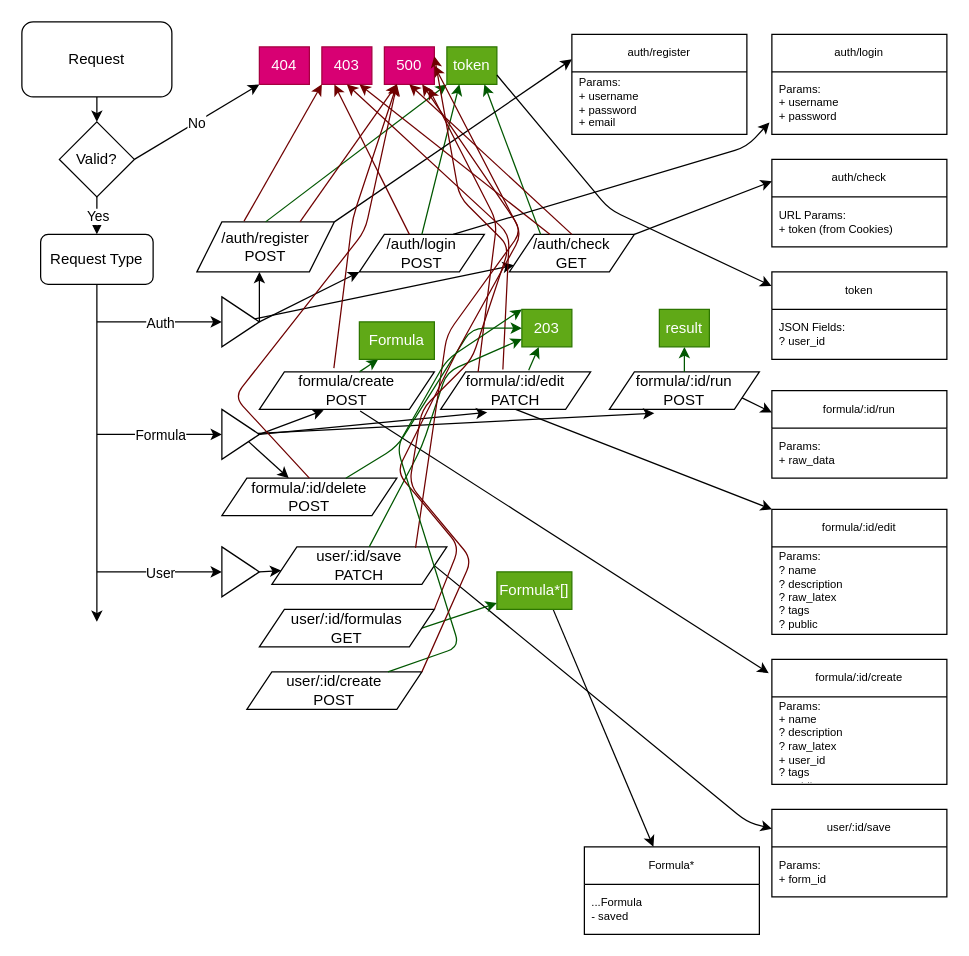
Before: misc/api-model.dio in klaus-mana/formu, a draw.io diagram. Source tidied: cells renumbered, new cells numbered last; positions are measured from the earlier drawing's top-left corner, leaving out a move shared by most shapes. Both pictures are drawn from the tidied source at 125%, with x=0, y=0 at pixel (21, 21).
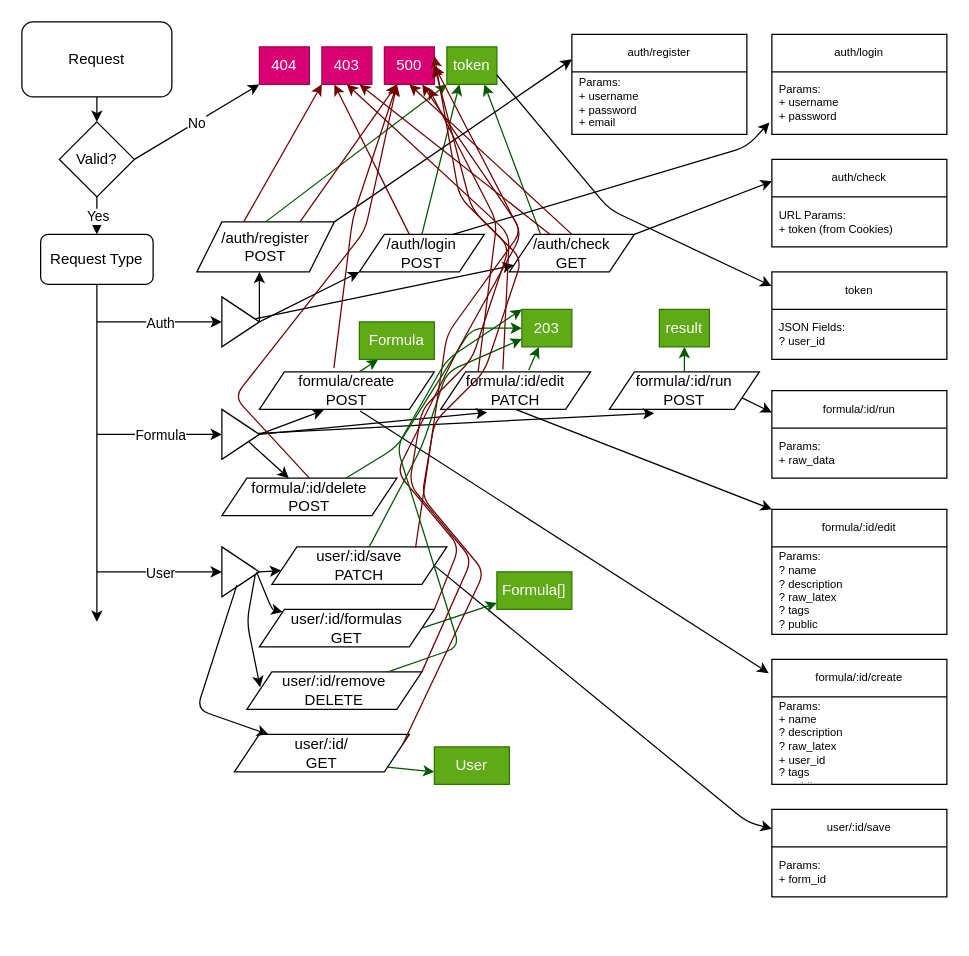
After the change.

Commit message (it also covers changes not shown here):
Changed the User and Formula Schema for better performance and usage Implemented all of the User API endpoints Changed the ER Diagram and API Model to reflect the changes

Unchanged cells that the change refers to:
```xml
<mxCell id="22" value="500" style="rounded=0;whiteSpace=wrap;html=1;fillColor=#d80073;fontColor=#ffffff;strokeColor=#A50040;" parent="1" vertex="1">
  <mxGeometry x="290" y="20" width="40" height="30" as="geometry" />
</mxCell>
<mxCell id="64" style="triangle;whiteSpace=wrap;html=1;" parent="1" vertex="1">
  <mxGeometry x="160" y="420" width="30" height="40" as="geometry" />
</mxCell>
<mxCell id="86" value="user/:id/formulas&lt;br&gt;GET" style="shape=parallelogram;perimeter=parallelogramPerimeter;whiteSpace=wrap;html=1;fixedSize=1;" parent="1" vertex="1">
  <mxGeometry x="190" y="470" width="140" height="30" as="geometry" />
</mxCell>
```

The edit, as a diff of the source:
```diff
@@
-    <mxCell id="87" value="user/:id/create&lt;br&gt;POST" style="shape=parallelogram;perimeter=parallelogramPerimeter;whiteSpace=wrap;html=1;fixedSize=1;" parent="1" vertex="1">
+    <mxCell id="87" value="user/:id/remove&lt;br&gt;DELETE" style="shape=parallelogram;perimeter=parallelogramPerimeter;whiteSpace=wrap;html=1;fixedSize=1;" parent="1" vertex="1">
       <mxGeometry x="180" y="520" width="140" height="30" as="geometry" />
     </mxCell>
-    <mxCell id="88" style="edgeStyle=none;html=1;exitX=0.75;exitY=1;exitDx=0;exitDy=0;fontSize=9;" parent="1" edge="1" source="89" target="90">
-      <mxGeometry relative="1" as="geometry" />
-    </mxCell>
-    <mxCell id="89" value="Formula*[]" style="rounded=0;whiteSpace=wrap;html=1;fillColor=#60a917;fontColor=#ffffff;strokeColor=#2D7600;" parent="1" vertex="1">
+    <mxCell id="89" value="Formula[]" style="rounded=0;whiteSpace=wrap;html=1;fillColor=#60a917;fontColor=#ffffff;strokeColor=#2D7600;" parent="1" vertex="1">
       <mxGeometry x="380" y="440" width="60" height="30" as="geometry" />
     </mxCell>
-    <mxCell id="90" value="Formula*" style="swimlane;fontStyle=0;horizontal=1;startSize=30;whiteSpace=wrap;html=1;fontSize=9;" parent="1" vertex="1">
-      <mxGeometry x="450" y="660" width="140" height="70" as="geometry" />
-    </mxCell>
-    <mxCell id="91" value="...Formula&lt;br&gt;- saved" style="text;strokeColor=none;fillColor=none;align=left;verticalAlign=middle;spacingLeft=4;spacingRight=4;overflow=hidden;whiteSpace=wrap;html=1;fontSize=9;" parent="90" vertex="1">
-      <mxGeometry y="30" width="140" height="40" as="geometry" />
-    </mxCell>
@@
+    <mxCell id="95" style="endArrow=classic;html=1;exitX=0.924;exitY=0.5;exitDx=0;exitDy=0;exitPerimeter=0;" parent="1" edge="1" source="64" target="86">
+      <mxGeometry relative="1" as="geometry">
+        <Array as="points">
+          <mxPoint x="200" y="470" />
+        </Array>
+      </mxGeometry>
+    </mxCell>
+    <mxCell id="96" style="endArrow=classic;html=1;exitX=0.895;exitY=0.536;exitDx=0;exitDy=0;exitPerimeter=0;entryX=0.076;entryY=0.41;entryDx=0;entryDy=0;entryPerimeter=0;" parent="1" edge="1" source="64" target="87">
+      <mxGeometry relative="1" as="geometry">
+        <Array as="points">
+          <mxPoint x="180" y="480" />
+        </Array>
+      </mxGeometry>
+    </mxCell>
+    <mxCell id="97" value="user/:id/&lt;br&gt;GET" style="shape=parallelogram;perimeter=parallelogramPerimeter;whiteSpace=wrap;html=1;fixedSize=1;" parent="1" vertex="1">
+      <mxGeometry x="170" y="570" width="140" height="30" as="geometry" />
+    </mxCell>
+    <mxCell id="98" style="endArrow=classic;html=1;exitX=0.4;exitY=0.764;exitDx=0;exitDy=0;exitPerimeter=0;" parent="1" edge="1" source="64" target="97">
+      <mxGeometry relative="1" as="geometry">
+        <Array as="points">
+          <mxPoint x="140" y="550" />
+        </Array>
+      </mxGeometry>
+    </mxCell>
+    <mxCell id="99" style="endArrow=classic;html=1;fillColor=#a20025;strokeColor=#6F0000;exitX=1;exitY=0.25;exitDx=0;exitDy=0;entryX=1;entryY=0.5;entryDx=0;entryDy=0;" parent="1" edge="1" source="97" target="22">
+      <mxGeometry relative="1" as="geometry">
+        <Array as="points">
+          <mxPoint x="370" y="440" />
+          <mxPoint x="320" y="380" />
+          <mxPoint x="330" y="320" />
+          <mxPoint x="370" y="280" />
+          <mxPoint x="400" y="190" />
+          <mxPoint x="360" y="150" />
+        </Array>
+      </mxGeometry>
+    </mxCell>
+    <mxCell id="100" style="edgeStyle=none;html=1;exitX=1;exitY=1;exitDx=0;exitDy=0;fontSize=9;fillColor=#008a00;strokeColor=#005700;" parent="1" edge="1" source="97">
+      <mxGeometry relative="1" as="geometry">
+        <mxPoint x="330" y="600" as="targetPoint" />
+      </mxGeometry>
+    </mxCell>
+    <mxCell id="101" value="User" style="rounded=0;whiteSpace=wrap;html=1;fillColor=#60a917;fontColor=#ffffff;strokeColor=#2D7600;" parent="1" vertex="1">
+      <mxGeometry x="330" y="580" width="60" height="30" as="geometry" />
+    </mxCell>
```
